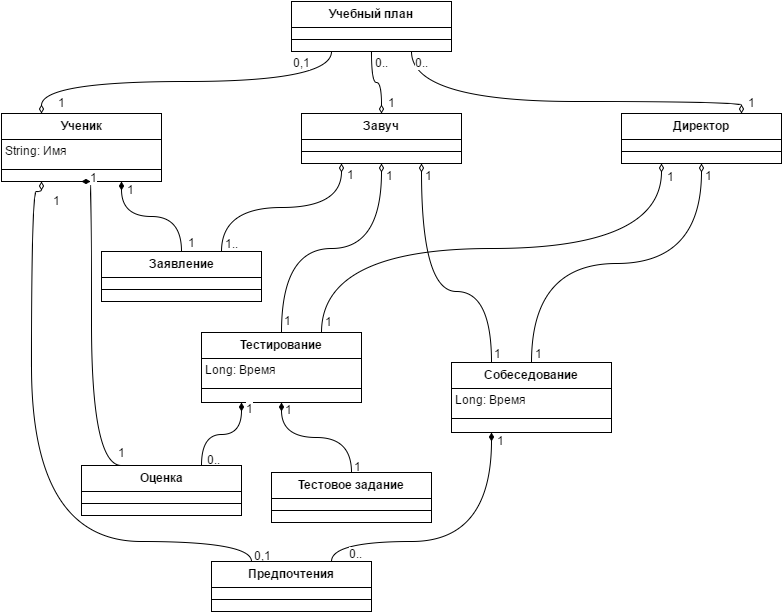
Earlier version of the draw.io export docs/Classes.png (Dmitriyev/softwareArc). Source tidied: cells renumbered, new cells last; positions are measured from the earlier drawing's top-left corner, leaving out a move shared by most shapes.
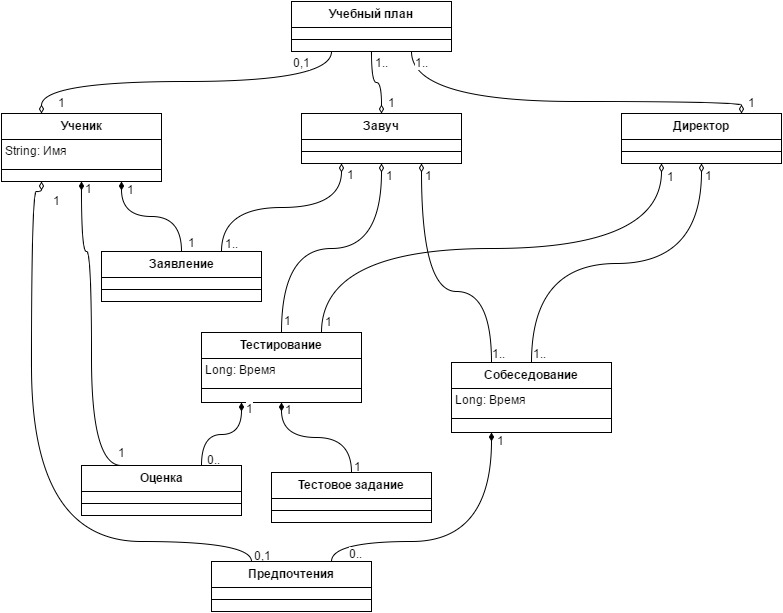
Above is the later version.

The edit, as a diff of the source:
```diff
@@ -131,7 +131,8 @@
       <mxGeometry relative="1" as="geometry">
         <Array as="points">
           <mxPoint x="90" y="464" />
-          <mxPoint x="90" y="180" />
+          <mxPoint x="90" y="250" />
+          <mxPoint x="80" y="250" />
         </Array>
       </mxGeometry>
     </mxCell>
@@ -164,17 +165,17 @@
         <mxPoint x="5" y="-6" as="offset" />
       </mxGeometry>
     </mxCell>
-    <mxCell id="41" value="1" style="text;html=1;align=center;verticalAlign=middle;labelBackgroundColor=#ffffff;" parent="39" vertex="1">
+    <mxCell id="41" value="1.." style="text;html=1;align=center;verticalAlign=middle;labelBackgroundColor=#ffffff;" parent="39" vertex="1">
       <mxGeometry x="-0.93" relative="1" as="geometry">
-        <mxPoint x="6" as="offset" />
+        <mxPoint x="7" as="offset" />
       </mxGeometry>
     </mxCell>
     <mxCell id="42" style="edgeStyle=orthogonalEdgeStyle;curved=1;rounded=0;html=1;exitX=0.5;exitY=0;entryX=0.5;entryY=1;shadow=0;endArrow=diamondThin;endFill=0;jettySize=auto;" parent="1" edge="1" source="45" target="2">
       <mxGeometry relative="1" as="geometry" />
     </mxCell>
-    <mxCell id="43" value="1" style="text;html=1;align=center;verticalAlign=middle;labelBackgroundColor=#ffffff;" parent="42" vertex="1">
+    <mxCell id="43" value="1.." style="text;html=1;align=center;verticalAlign=middle;labelBackgroundColor=#ffffff;" parent="42" vertex="1">
       <mxGeometry x="-0.94" y="-3" relative="1" as="geometry">
-        <mxPoint x="4" y="1" as="offset" />
+        <mxPoint x="5" y="1" as="offset" />
       </mxGeometry>
     </mxCell>
     <mxCell id="44" value="1" style="text;html=1;align=center;verticalAlign=middle;labelBackgroundColor=#ffffff;" parent="42" vertex="1">
@@ -248,7 +249,7 @@
         <mxPoint x="12" y="-7" as="offset" />
       </mxGeometry>
     </mxCell>
-    <mxCell id="58" value="0.." style="text;html=1;align=center;verticalAlign=middle;labelBackgroundColor=#ffffff;" parent="56" vertex="1">
+    <mxCell id="58" value="1.." style="text;html=1;align=center;verticalAlign=middle;labelBackgroundColor=#ffffff;" parent="56" vertex="1">
       <mxGeometry x="-0.97" y="-1" relative="1" as="geometry">
         <mxPoint x="11" y="4" as="offset" />
       </mxGeometry>
@@ -261,7 +262,7 @@
         <mxPoint x="12" y="-10" as="offset" />
       </mxGeometry>
     </mxCell>
-    <mxCell id="61" value="0.." style="text;html=1;align=center;verticalAlign=middle;labelBackgroundColor=#ffffff;" parent="59" vertex="1">
+    <mxCell id="61" value="1.." style="text;html=1;align=center;verticalAlign=middle;labelBackgroundColor=#ffffff;" parent="59" vertex="1">
       <mxGeometry x="-0.96" y="-1" relative="1" as="geometry">
         <mxPoint x="11" y="9" as="offset" />
       </mxGeometry>
```
